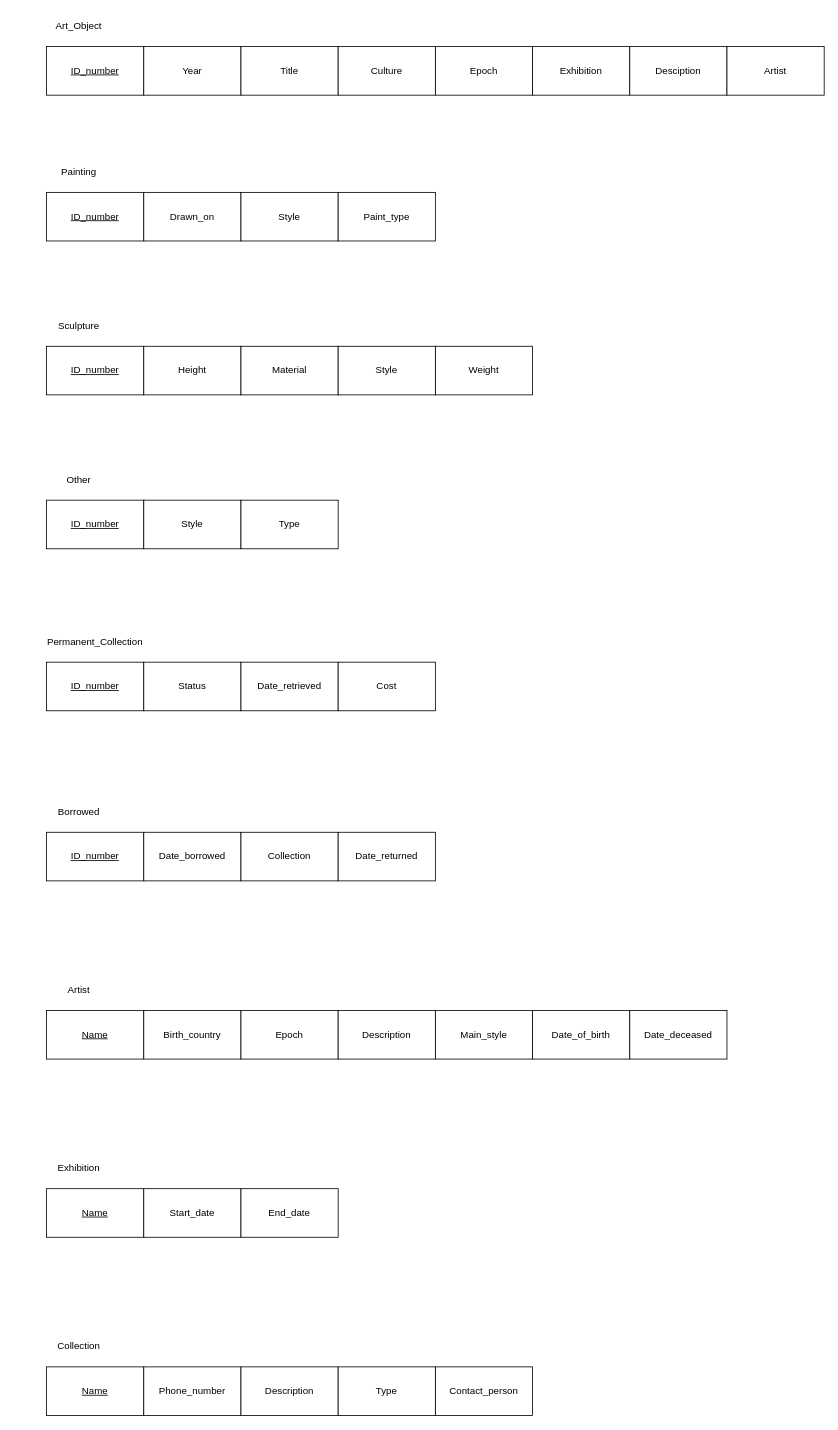
ENSF-300-F23/museum-project-l03-35 keeps this draw.io diagram as EERD.drawio. Above is the earlier version. Source tidied: cells renumbered, new cells numbered last; positions are measured from the earlier drawing's top-left corner, leaving out a move shared by most shapes. Both pictures are drawn from the tidied source at 81%, with x=0, y=0 at pixel (46, 14).
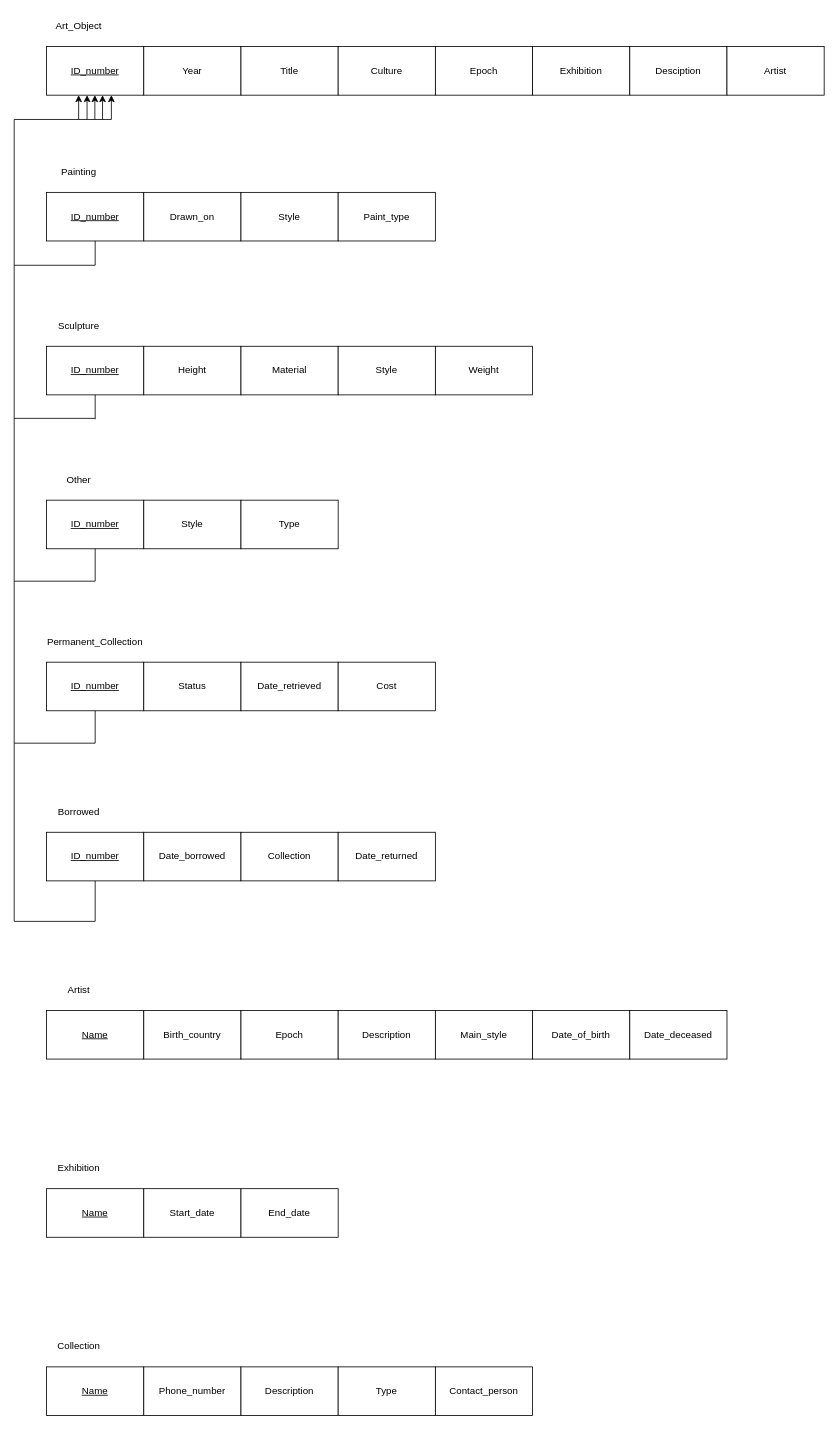
The same diagram, later.

Commit message:
Added in foreign key connections for "ID_number" called from various entities

Unchanged cells that the change refers to:
```xml
<mxCell id="13" value="&lt;u&gt;ID_number&lt;/u&gt;" style="rounded=0;whiteSpace=wrap;html=1;" parent="1" vertex="1">
  <mxGeometry y="410" width="120" height="60" as="geometry" />
</mxCell>
<mxCell id="18" value="&lt;u&gt;ID_number&lt;/u&gt;" style="rounded=0;whiteSpace=wrap;html=1;" parent="1" vertex="1">
  <mxGeometry y="600" width="120" height="60" as="geometry" />
</mxCell>
<mxCell id="22" value="&lt;u&gt;ID_number&lt;/u&gt;" style="rounded=0;whiteSpace=wrap;html=1;" parent="1" vertex="1">
  <mxGeometry y="800" width="120" height="60" as="geometry" />
</mxCell>
<mxCell id="27" value="&lt;u&gt;ID_number&lt;/u&gt;" style="rounded=0;whiteSpace=wrap;html=1;" parent="1" vertex="1">
  <mxGeometry y="1010" width="120" height="60" as="geometry" />
</mxCell>
```

What changed in the source:
```diff
@@
+    <mxCell id="54" style="endArrow=none;html=1;rounded=0;" parent="1" edge="1">
+      <mxGeometry relative="1" as="geometry">
+        <mxPoint x="-40" y="130" as="sourcePoint" />
+        <mxPoint x="80" y="130" as="targetPoint" />
+      </mxGeometry>
+    </mxCell>
+    <mxCell id="55" style="endArrow=classic;html=1;rounded=0;" parent="1" edge="1">
+      <mxGeometry relative="1" as="geometry">
+        <mxPoint x="80" y="130" as="sourcePoint" />
+        <mxPoint x="80" y="100" as="targetPoint" />
+      </mxGeometry>
+    </mxCell>
+    <mxCell id="56" style="endArrow=classic;html=1;rounded=0;" parent="1" edge="1">
+      <mxGeometry relative="1" as="geometry">
+        <mxPoint x="69.1" y="130" as="sourcePoint" />
+        <mxPoint x="69.1" y="100" as="targetPoint" />
+      </mxGeometry>
+    </mxCell>
+    <mxCell id="57" style="endArrow=classic;html=1;rounded=0;" parent="1" edge="1">
+      <mxGeometry relative="1" as="geometry">
+        <mxPoint x="50" y="130" as="sourcePoint" />
+        <mxPoint x="50" y="100" as="targetPoint" />
+      </mxGeometry>
+    </mxCell>
+    <mxCell id="58" style="endArrow=classic;html=1;rounded=0;" parent="1" edge="1">
+      <mxGeometry relative="1" as="geometry">
+        <mxPoint x="59.6" y="130" as="sourcePoint" />
+        <mxPoint x="59.6" y="100" as="targetPoint" />
+      </mxGeometry>
+    </mxCell>
+    <mxCell id="59" style="endArrow=classic;html=1;rounded=0;" parent="1" edge="1">
+      <mxGeometry relative="1" as="geometry">
+        <mxPoint x="39.6" y="130" as="sourcePoint" />
+        <mxPoint x="39.6" y="100" as="targetPoint" />
+      </mxGeometry>
+    </mxCell>
+    <mxCell id="60" style="endArrow=none;html=1;rounded=0;" parent="1" edge="1">
+      <mxGeometry relative="1" as="geometry">
+        <mxPoint x="-40" y="1120" as="sourcePoint" />
+        <mxPoint x="-40" y="130" as="targetPoint" />
+      </mxGeometry>
+    </mxCell>
+    <mxCell id="61" style="endArrow=none;html=1;rounded=0;" parent="1" edge="1">
+      <mxGeometry relative="1" as="geometry">
+        <mxPoint x="-40" y="310" as="sourcePoint" />
+        <mxPoint x="60" y="310" as="targetPoint" />
+      </mxGeometry>
+    </mxCell>
+    <mxCell id="62" style="endArrow=none;html=1;rounded=0;" parent="1" edge="1">
+      <mxGeometry relative="1" as="geometry">
+        <mxPoint x="-40" y="499" as="sourcePoint" />
+        <mxPoint x="60" y="499" as="targetPoint" />
+      </mxGeometry>
+    </mxCell>
+    <mxCell id="63" style="endArrow=none;html=1;rounded=0;" parent="1" edge="1">
+      <mxGeometry relative="1" as="geometry">
+        <mxPoint x="-40" y="700" as="sourcePoint" />
+        <mxPoint x="60" y="700" as="targetPoint" />
+      </mxGeometry>
+    </mxCell>
+    <mxCell id="64" style="endArrow=none;html=1;rounded=0;" parent="1" edge="1">
+      <mxGeometry relative="1" as="geometry">
+        <mxPoint x="-40" y="900" as="sourcePoint" />
+        <mxPoint x="60" y="900" as="targetPoint" />
+      </mxGeometry>
+    </mxCell>
+    <mxCell id="65" style="endArrow=none;html=1;rounded=0;" parent="1" edge="1">
+      <mxGeometry relative="1" as="geometry">
+        <mxPoint x="-40" y="1120" as="sourcePoint" />
+        <mxPoint x="60" y="1120" as="targetPoint" />
+      </mxGeometry>
+    </mxCell>
+    <mxCell id="66" style="endArrow=none;html=1;rounded=0;exitX=0.5;exitY=1;exitDx=0;exitDy=0;" parent="1" edge="1" source="18">
+      <mxGeometry relative="1" as="geometry">
+        <mxPoint x="60" y="700" as="targetPoint" />
+      </mxGeometry>
+    </mxCell>
+    <mxCell id="67" style="endArrow=none;html=1;rounded=0;" parent="1" edge="1">
+      <mxGeometry relative="1" as="geometry">
+        <mxPoint x="-20" y="700" as="sourcePoint" />
+        <mxPoint x="-20" y="700" as="targetPoint" />
+      </mxGeometry>
+    </mxCell>
+    <mxCell id="68" style="endArrow=none;html=1;rounded=0;entryX=0.5;entryY=1;entryDx=0;entryDy=0;" parent="1" edge="1" target="27">
+      <mxGeometry relative="1" as="geometry">
+        <mxPoint x="60" y="1120" as="sourcePoint" />
+      </mxGeometry>
+    </mxCell>
+    <mxCell id="69" style="endArrow=none;html=1;rounded=0;entryX=0.5;entryY=1;entryDx=0;entryDy=0;" parent="1" edge="1" target="22">
+      <mxGeometry relative="1" as="geometry">
+        <mxPoint x="60" y="900" as="sourcePoint" />
+      </mxGeometry>
+    </mxCell>
+    <mxCell id="70" style="endArrow=none;html=1;rounded=0;entryX=0.5;entryY=1;entryDx=0;entryDy=0;" parent="1" edge="1" target="13">
+      <mxGeometry relative="1" as="geometry">
+        <mxPoint x="60" y="500" as="sourcePoint" />
+      </mxGeometry>
+    </mxCell>
+    <mxCell id="71" style="endArrow=none;html=1;rounded=0;" parent="1" edge="1">
+      <mxGeometry relative="1" as="geometry">
+        <mxPoint x="60" y="310" as="sourcePoint" />
+        <mxPoint x="60" y="280" as="targetPoint" />
+      </mxGeometry>
+    </mxCell>
```
